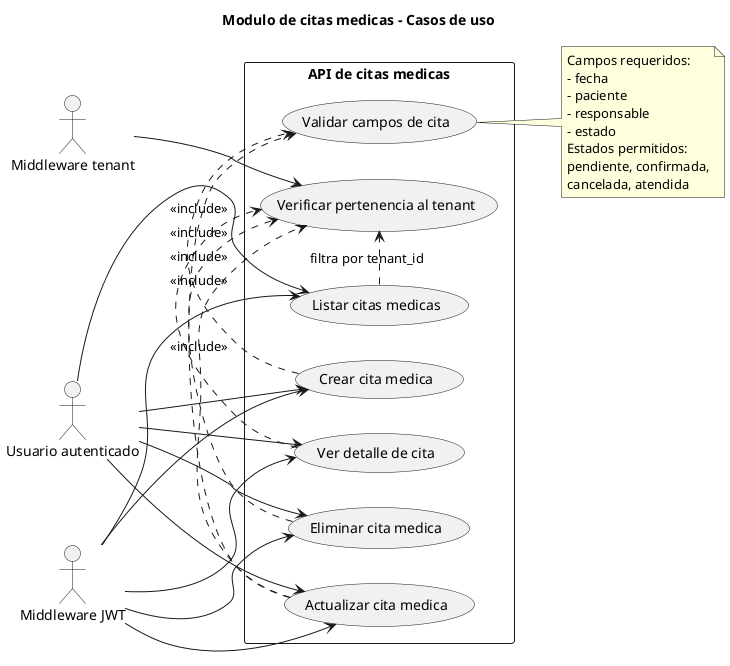
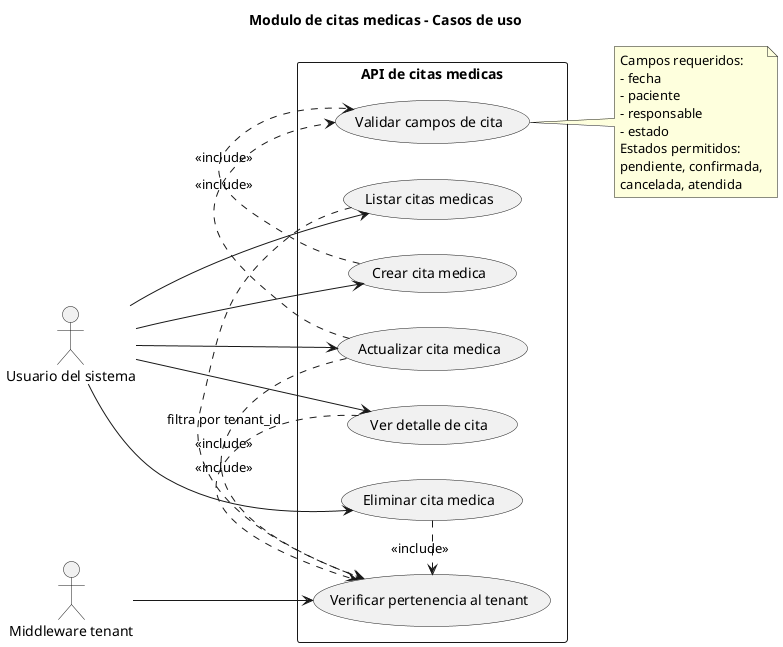
@startuml
title Modulo de citas medicas - Casos de uso
left to right direction

- actor "Usuario autenticado" as Usuario
+ actor "Usuario del sistema" as Usuario
actor "Middleware tenant" as TenantMiddleware
- actor "Middleware JWT" as JwtMiddleware

rectangle "API de citas medicas" {
  usecase "Listar citas medicas" as UCListar
  usecase "Crear cita medica" as UCCrear
  usecase "Ver detalle de cita" as UCDetalle
  usecase "Actualizar cita medica" as UCActualizar
  usecase "Eliminar cita medica" as UCEliminar
  usecase "Validar campos de cita" as UCValidar
  usecase "Verificar pertenencia al tenant" as UCTenant
}

Usuario --> UCListar
Usuario --> UCCrear
Usuario --> UCDetalle
Usuario --> UCActualizar
Usuario --> UCEliminar

TenantMiddleware --> UCTenant
- JwtMiddleware --> UCListar
- JwtMiddleware --> UCCrear
- JwtMiddleware --> UCDetalle
- JwtMiddleware --> UCActualizar
- JwtMiddleware --> UCEliminar

UCCrear .> UCValidar : <<include>>
UCActualizar .> UCValidar : <<include>>
UCDetalle .> UCTenant : <<include>>
UCActualizar .> UCTenant : <<include>>
UCEliminar .> UCTenant : <<include>>
UCListar .> UCTenant : filtra por tenant_id

note right of UCValidar
Campos requeridos:
- fecha
- paciente
- responsable
- estado
Estados permitidos:
pendiente, confirmada,
cancelada, atendida
end note

@enduml
